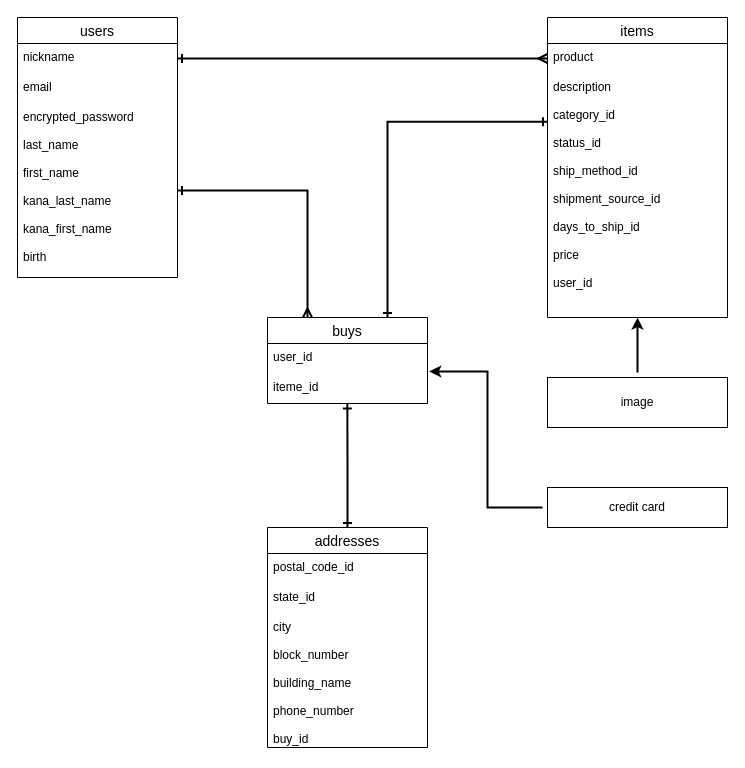
Before: er.dio in KakudaYutaka/furima-32111, a draw.io diagram. Source tidied: cells renumbered, new cells numbered last; positions are measured from the earlier drawing's top-left corner, leaving out a move shared by most shapes. Both pictures are drawn from the tidied source at 100%, with x=0, y=0 at pixel (17, 17).
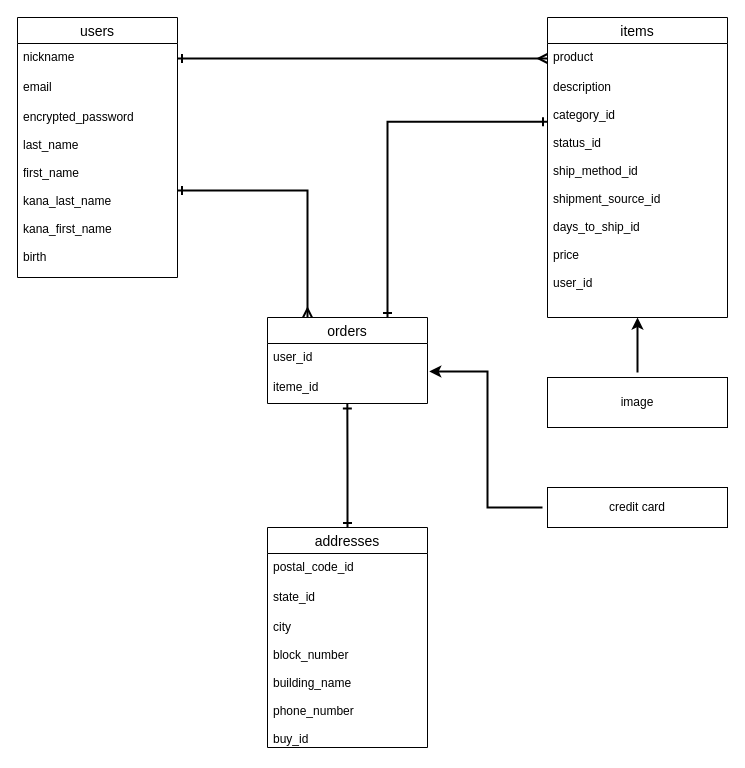
The same diagram, later.

Commit message (it also covers changes not shown here):
ビューファイル名に合わせてテーブル名をordersに変更

The edit, as a diff of the source:
```diff
@@
-    <mxCell id="11" value="buys" style="swimlane;fontStyle=0;horizontal=1;startSize=26;align=center;fontSize=14;" parent="1" vertex="1">
+    <mxCell id="11" value="orders" style="swimlane;fontStyle=0;horizontal=1;startSize=26;align=center;fontSize=14;" parent="1" vertex="1">
       <mxGeometry x="250" y="300" width="160" height="86" as="geometry" />
     </mxCell>
```
